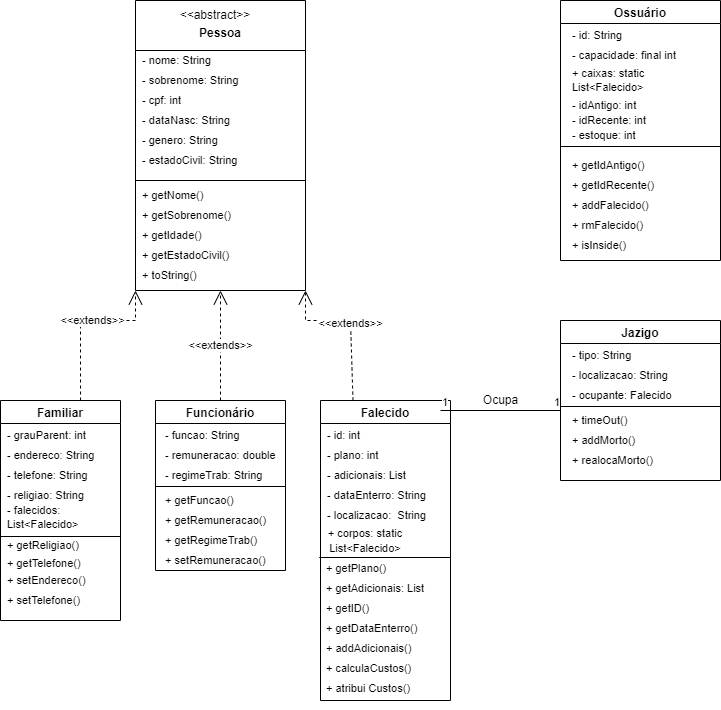
Earlier version of the draw.io export Diagrama_cemiterio.png (cemiterioPOO/Cemiterio). Source tidied: cells renumbered, new cells last; positions are measured from the earlier drawing's top-left corner, leaving out a move shared by most shapes.
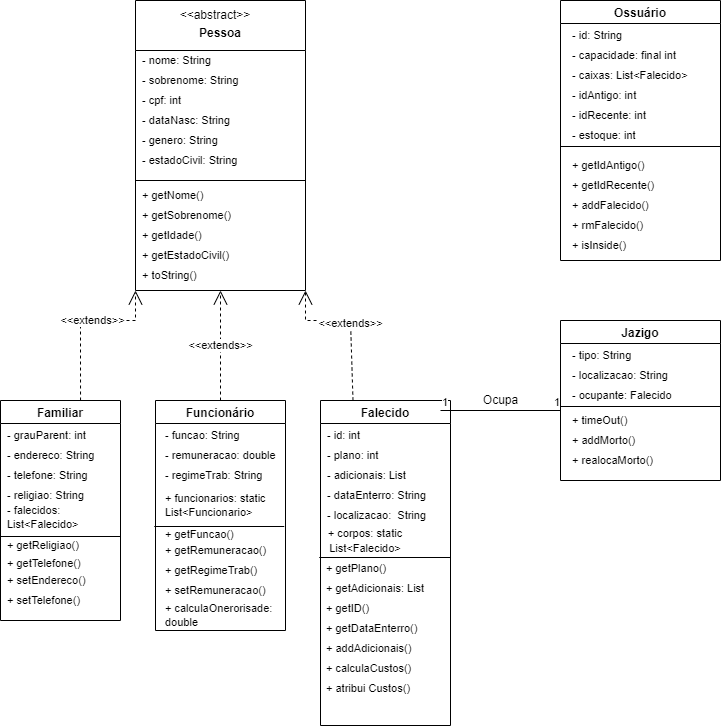
After the change.

Diff of the diagram source:
```diff
@@ -105,7 +105,7 @@
       <mxGeometry x="5" y="102" width="125" height="30" as="geometry" />
     </mxCell>
     <mxCell id="35" value="Funcionário" style="swimlane;" parent="1" vertex="1">
-      <mxGeometry x="155" y="400" width="130" height="170" as="geometry" />
+      <mxGeometry x="155" y="400" width="130" height="230" as="geometry" />
     </mxCell>
     <mxCell id="36" value="- funcao: String" style="text;html=1;strokeColor=none;fillColor=none;align=left;verticalAlign=middle;whiteSpace=wrap;rounded=0;fontSize=11;" parent="35" vertex="1">
       <mxGeometry x="7.5" y="20" width="95" height="30" as="geometry" />
@@ -117,22 +117,28 @@
       <mxGeometry x="7.5" y="60" width="120" height="30" as="geometry" />
     </mxCell>
     <mxCell id="39" style="line;strokeWidth=1;fillColor=none;align=left;verticalAlign=middle;spacingTop=-1;spacingLeft=3;spacingRight=3;labelPosition=right;fontSize=11;" parent="35" vertex="1">
-      <mxGeometry y="82" width="130" height="8" as="geometry" />
+      <mxGeometry x="-1.2" y="122" width="130" height="8" as="geometry" />
     </mxCell>
     <mxCell id="40" value="+ getFuncao()" style="text;html=1;strokeColor=none;fillColor=none;align=left;verticalAlign=middle;whiteSpace=wrap;rounded=0;fontSize=11;" parent="35" vertex="1">
-      <mxGeometry x="7.5" y="80" width="112.5" height="40" as="geometry" />
+      <mxGeometry x="7.5" y="114" width="112.5" height="40" as="geometry" />
     </mxCell>
     <mxCell id="41" value="+ getRemuneracao()" style="text;html=1;strokeColor=none;fillColor=none;align=left;verticalAlign=middle;whiteSpace=wrap;rounded=0;fontSize=11;" parent="35" vertex="1">
-      <mxGeometry x="7.5" y="100" width="112.5" height="40" as="geometry" />
+      <mxGeometry x="7.5" y="130" width="112.5" height="40" as="geometry" />
     </mxCell>
     <mxCell id="42" value="+ getRegimeTrab()" style="text;html=1;strokeColor=none;fillColor=none;align=left;verticalAlign=middle;whiteSpace=wrap;rounded=0;fontSize=11;" parent="35" vertex="1">
-      <mxGeometry x="7.5" y="120" width="112.5" height="40" as="geometry" />
+      <mxGeometry x="7.5" y="150" width="112.5" height="40" as="geometry" />
     </mxCell>
     <mxCell id="43" value="+ setRemuneracao()" style="text;html=1;strokeColor=none;fillColor=none;align=left;verticalAlign=middle;whiteSpace=wrap;rounded=0;fontSize=11;" parent="35" vertex="1">
-      <mxGeometry x="7.5" y="140" width="112.5" height="40" as="geometry" />
+      <mxGeometry x="7.5" y="170" width="112.5" height="40" as="geometry" />
     </mxCell>
+    <mxCell id="79" value="+ calculaOnerorisade: double" style="text;html=1;strokeColor=none;fillColor=none;align=left;verticalAlign=middle;whiteSpace=wrap;rounded=0;fontSize=11;" parent="35" vertex="1">
+      <mxGeometry x="7.5" y="200" width="112.5" height="30" as="geometry" />
+    </mxCell>
+    <mxCell id="80" value="&lt;span style=&quot;&quot;&gt;+ funcionarios: static List&amp;lt;Funcionario&amp;gt;&lt;/span&gt;" style="text;html=1;strokeColor=none;fillColor=none;align=left;verticalAlign=middle;whiteSpace=wrap;rounded=0;fontSize=11;" parent="35" vertex="1">
+      <mxGeometry x="7.5" y="90" width="120" height="30" as="geometry" />
+    </mxCell>
     <mxCell id="44" value="Falecido" style="swimlane;" parent="1" vertex="1">
-      <mxGeometry x="320" y="400" width="130" height="300" as="geometry" />
+      <mxGeometry x="320" y="400" width="130" height="325" as="geometry" />
     </mxCell>
     <mxCell id="45" value="- plano: int" style="text;html=1;strokeColor=none;fillColor=none;align=left;verticalAlign=middle;whiteSpace=wrap;rounded=0;fontSize=11;" parent="44" vertex="1">
       <mxGeometry x="5" y="40" width="110" height="30" as="geometry" />
@@ -183,13 +189,13 @@
       <mxGeometry x="10" y="40" width="120" height="30" as="geometry" />
     </mxCell>
     <mxCell id="61" value="- idAntigo: int" style="text;html=1;strokeColor=none;fillColor=none;align=left;verticalAlign=middle;whiteSpace=wrap;rounded=0;fontSize=11;" parent="59" vertex="1">
-      <mxGeometry x="10" y="90" width="110" height="30" as="geometry" />
+      <mxGeometry x="10" y="80" width="110" height="30" as="geometry" />
     </mxCell>
     <mxCell id="62" value="- idRecente: int" style="text;html=1;strokeColor=none;fillColor=none;align=left;verticalAlign=middle;whiteSpace=wrap;rounded=0;fontSize=11;" parent="59" vertex="1">
-      <mxGeometry x="10" y="110" width="110" height="20" as="geometry" />
+      <mxGeometry x="10" y="100" width="110" height="30" as="geometry" />
     </mxCell>
-    <mxCell id="63" value="+ caixas: static List&amp;lt;Falecido&amp;gt;" style="text;html=1;strokeColor=none;fillColor=none;align=left;verticalAlign=middle;whiteSpace=wrap;rounded=0;fontSize=11;" parent="59" vertex="1">
-      <mxGeometry x="10" y="60" width="130" height="40" as="geometry" />
+    <mxCell id="63" value="- caixas: List&amp;lt;Falecido&amp;gt;" style="text;html=1;strokeColor=none;fillColor=none;align=left;verticalAlign=middle;whiteSpace=wrap;rounded=0;fontSize=11;" parent="59" vertex="1">
+      <mxGeometry x="10" y="60" width="130" height="30" as="geometry" />
     </mxCell>
     <mxCell id="64" value="- estoque: int" style="text;html=1;strokeColor=none;fillColor=none;align=left;verticalAlign=middle;whiteSpace=wrap;rounded=0;fontSize=11;" parent="59" vertex="1">
       <mxGeometry x="10" y="120" width="110" height="30" as="geometry" />
```
